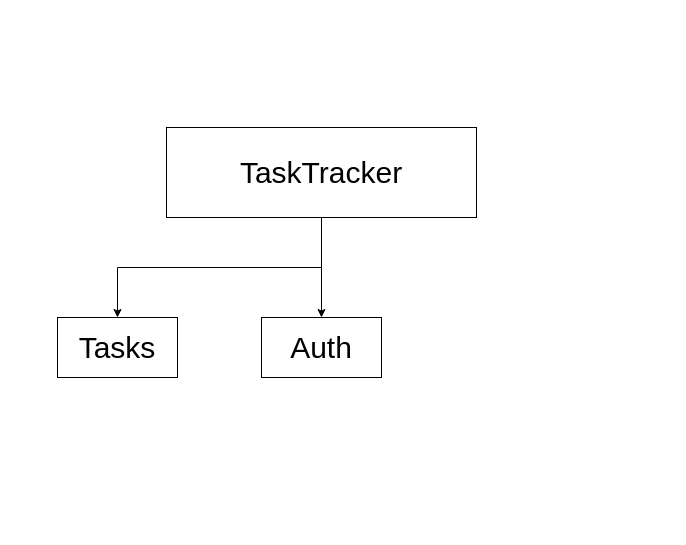
Before: Untitled Diagram.drawio in fan0223/TaskTracker, a draw.io diagram. Source tidied: cells renumbered, new cells numbered last; positions are measured from the earlier drawing's top-left corner, leaving out a move shared by most shapes. Both pictures are drawn from the tidied source at 100%, with x=0, y=0 at pixel (57, 127).
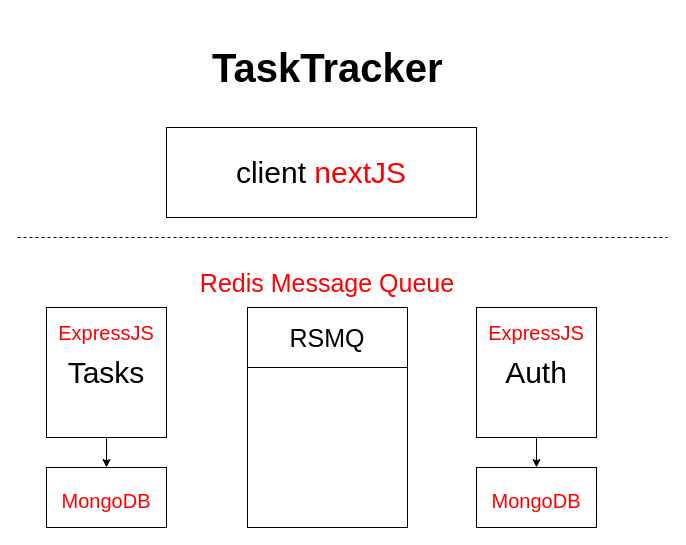
Above is the later version.

Change to the diagram source:
```diff
@@
 <mxGraphModel>
   <root>
     <mxCell id="0" />
     <mxCell id="1" parent="0" />
-    <mxCell id="2" style="edgeStyle=orthogonalEdgeStyle;rounded=0;jettySize=auto;html=1;exitX=0.5;exitY=1;exitDx=0;exitDy=0;fontSize=30;entryX=0.5;entryY=0;entryDx=0;entryDy=0;" parent="1" edge="1" source="4" target="5">
-      <mxGeometry relative="1" as="geometry">
-        <Array as="points">
-          <mxPoint x="264" y="140" />
-          <mxPoint x="60" y="140" />
-        </Array>
-      </mxGeometry>
-    </mxCell>
-    <mxCell id="3" style="edgeStyle=orthogonalEdgeStyle;rounded=0;jettySize=auto;html=1;entryX=0.5;entryY=0;entryDx=0;entryDy=0;fontSize=30;" parent="1" edge="1" source="4" target="6">
-      <mxGeometry relative="1" as="geometry" />
-    </mxCell>
-    <mxCell id="4" value="&lt;font style=&quot;font-size: 30px;&quot;&gt;TaskTracker&lt;/font&gt;" style="rounded=0;whiteSpace=wrap;html=1;" parent="1" vertex="1">
+    <mxCell id="4" value="&lt;span style=&quot;font-size: 30px;&quot;&gt;client &lt;font color=&quot;#ff0000&quot;&gt;nextJS&lt;/font&gt;&lt;br&gt;&lt;/span&gt;" style="rounded=0;whiteSpace=wrap;html=1;" parent="1" vertex="1">
       <mxGeometry x="109" width="310" height="90" as="geometry" />
     </mxCell>
+    <mxCell id="7" style="edgeStyle=orthogonalEdgeStyle;rounded=0;jettySize=auto;html=1;entryX=0.5;entryY=0;entryDx=0;entryDy=0;" parent="1" edge="1" source="5" target="8">
+      <mxGeometry relative="1" as="geometry" />
+    </mxCell>
-    <mxCell id="5" value="Tasks" style="rounded=0;whiteSpace=wrap;html=1;fontSize=30;" parent="1" vertex="1">
-      <mxGeometry y="190" width="120" height="60" as="geometry" />
+    <mxCell id="5" value="Tasks&lt;br style=&quot;font-size: 15px;&quot;&gt;" style="rounded=0;whiteSpace=wrap;html=1;fontSize=30;" parent="1" vertex="1">
+      <mxGeometry x="-11" y="180" width="120" height="130" as="geometry" />
     </mxCell>
+    <mxCell id="8" value="&lt;font color=&quot;#ff0000&quot; style=&quot;font-size: 20px;&quot;&gt;MongoDB&lt;/font&gt;" style="rounded=0;whiteSpace=wrap;html=1;fontSize=30;" parent="1" vertex="1">
+      <mxGeometry x="-11" y="340" width="120" height="60" as="geometry" />
+    </mxCell>
+    <mxCell id="9" style="rounded=0;whiteSpace=wrap;html=1;fontSize=25;" parent="1" vertex="1">
+      <mxGeometry x="190" y="180" width="160" height="220" as="geometry" />
+    </mxCell>
+    <mxCell id="10" value="RSMQ" style="rounded=0;whiteSpace=wrap;html=1;fontSize=25;" parent="1" vertex="1">
+      <mxGeometry x="190" y="180" width="160" height="60" as="geometry" />
+    </mxCell>
+    <mxCell id="11" value="&lt;font color=&quot;#ff0000&quot;&gt;Redis Message Queue&lt;/font&gt;" style="text;html=1;strokeColor=none;fillColor=none;align=center;verticalAlign=middle;whiteSpace=wrap;rounded=0;fontSize=25;" parent="1" vertex="1">
+      <mxGeometry x="140" y="140" width="260" height="30" as="geometry" />
+    </mxCell>
+    <mxCell id="12" style="edgeStyle=orthogonalEdgeStyle;rounded=0;jettySize=auto;html=1;entryX=0.5;entryY=0;entryDx=0;entryDy=0;" parent="1" edge="1" source="6" target="13">
+      <mxGeometry relative="1" as="geometry" />
+    </mxCell>
     <mxCell id="6" value="Auth" style="rounded=0;whiteSpace=wrap;html=1;fontSize=30;" parent="1" vertex="1">
-      <mxGeometry x="204" y="190" width="120" height="60" as="geometry" />
+      <mxGeometry x="419" y="180" width="120" height="130" as="geometry" />
     </mxCell>
+    <mxCell id="13" value="&lt;span style=&quot;color: rgb(255, 0, 0); font-size: 20px;&quot;&gt;MongoDB&lt;/span&gt;" style="rounded=0;whiteSpace=wrap;html=1;fontSize=30;" parent="1" vertex="1">
+      <mxGeometry x="419" y="340" width="120" height="60" as="geometry" />
+    </mxCell>
+    <mxCell id="14" style="endArrow=none;dashed=1;html=1;rounded=0;fontSize=20;fontColor=#FF0000;" parent="1" edge="1">
+      <mxGeometry relative="1" as="geometry">
+        <mxPoint x="-40" y="110" as="sourcePoint" />
+        <mxPoint x="610" y="110" as="targetPoint" />
+      </mxGeometry>
+    </mxCell>
+    <mxCell id="15" value="&lt;h1&gt;&lt;font color=&quot;#000000&quot;&gt;TaskTracker&lt;/font&gt;&lt;/h1&gt;" style="text;html=1;strokeColor=none;fillColor=none;spacing=5;spacingTop=-20;whiteSpace=wrap;overflow=hidden;rounded=0;fontSize=20;fontColor=#FF0000;" parent="1" vertex="1">
+      <mxGeometry x="150" y="-100" width="240" height="80" as="geometry" />
+    </mxCell>
+    <mxCell id="16" value="ExpressJS" style="text;html=1;strokeColor=none;fillColor=none;align=center;verticalAlign=middle;whiteSpace=wrap;rounded=0;fontSize=20;fontColor=#FF0000;" parent="1" vertex="1">
+      <mxGeometry x="-1" y="190" width="100" height="30" as="geometry" />
+    </mxCell>
+    <mxCell id="17" value="ExpressJS" style="text;html=1;strokeColor=none;fillColor=none;align=center;verticalAlign=middle;whiteSpace=wrap;rounded=0;fontSize=20;fontColor=#FF0000;" parent="1" vertex="1">
+      <mxGeometry x="429" y="190" width="100" height="30" as="geometry" />
+    </mxCell>
   </root>
 </mxGraphModel>
```
